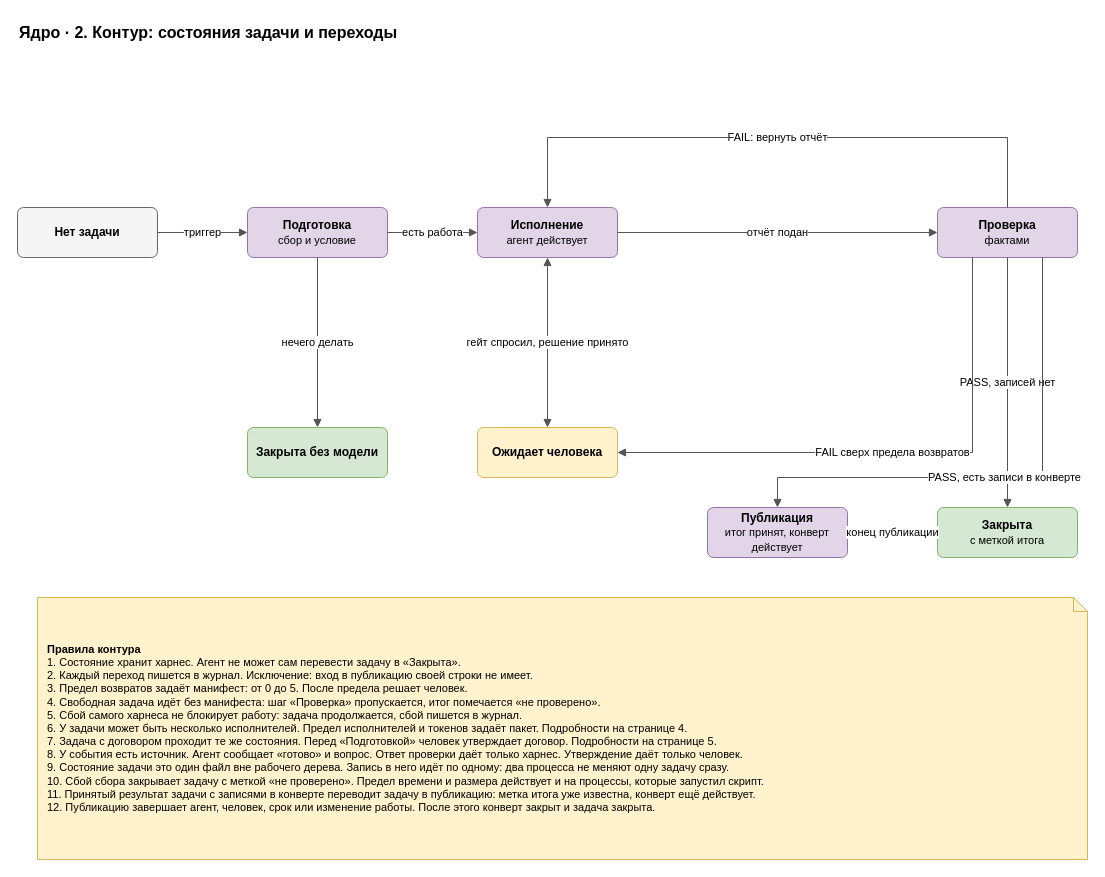
roygkov/reins keeps this draw.io diagram as page "2. Состояния задачи" (2 of 7) of docs/spec/harness-core.drawio. Above is the earlier version. Source tidied: cells renumbered, new cells numbered last; positions are measured from the earlier drawing's top-left corner, leaving out a move shared by most shapes. Both pictures are drawn from the tidied source at 100%, with x=0, y=0 at pixel (17, 17).
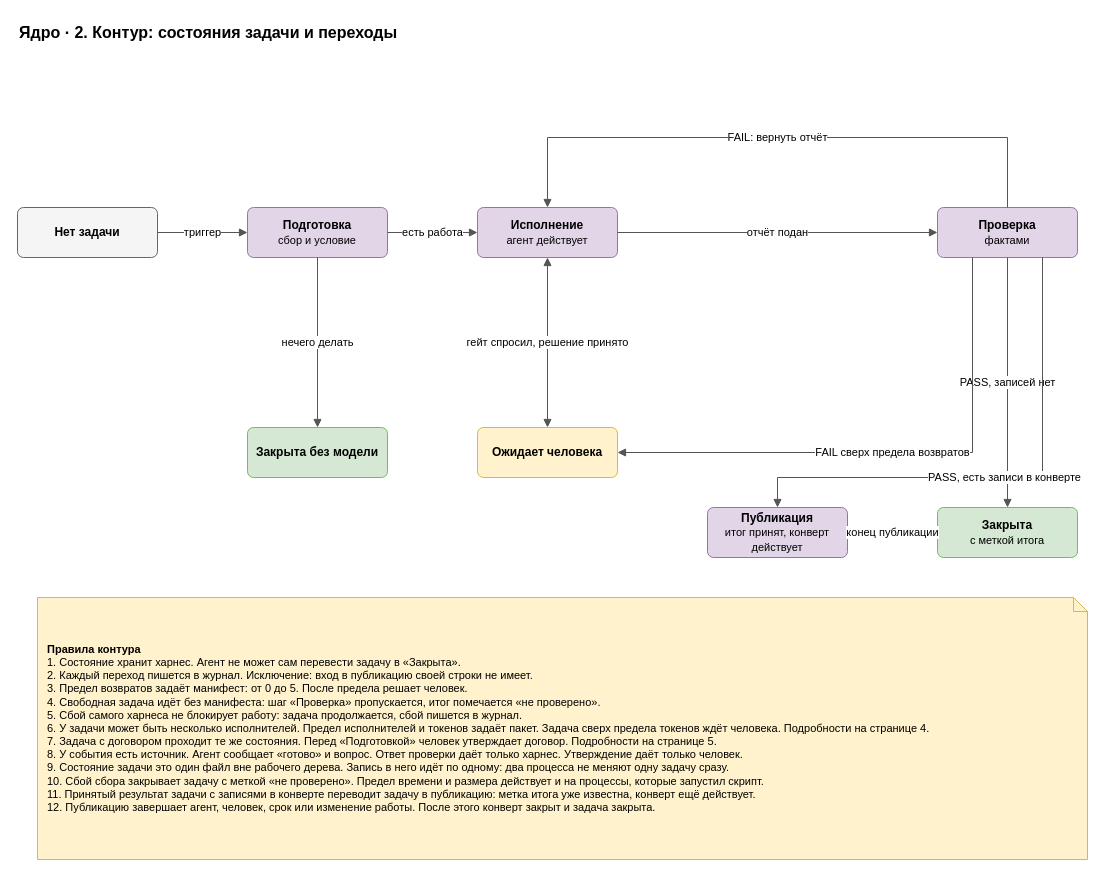
The same page after the edit.

The edit, as a diff of the source:
```diff
@@
-    <mxCell id="21" value="&lt;b&gt;Правила контура&lt;/b&gt;&lt;br&gt;1. Состояние хранит харнес. Агент не может сам перевести задачу в «Закрыта».&lt;br&gt;2. Каждый переход пишется в журнал. Исключение: вход в публикацию своей строки не имеет.&lt;br&gt;3. Предел возвратов задаёт манифест: от 0 до 5. После предела решает человек.&lt;br&gt;4. Свободная задача идёт без манифеста: шаг «Проверка» пропускается, итог помечается «не проверено».&lt;br&gt;5. Сбой самого харнеса не блокирует работу: задача продолжается, сбой пишется в журнал.&lt;br&gt;6. У задачи может быть несколько исполнителей. Предел исполнителей и токенов задаёт пакет. Подробности на странице 4.&lt;br&gt;7. Задача с договором проходит те же состояния. Перед «Подготовкой» человек утверждает договор. Подробности на странице 5.&lt;br&gt;8. У события есть источник. Агент сообщает «готово» и вопрос. Ответ проверки даёт только харнес. Утверждение даёт только человек.&lt;br&gt;9. Состояние задачи это один файл вне рабочего дерева. Запись в него идёт по одному: два процесса не меняют одну задачу сразу.&lt;br&gt;10. Сбой сбора закрывает задачу с меткой «не проверено». Предел времени и размера действует и на процессы, которые запустил скрипт.&lt;br&gt;11. Принятый результат задачи с записями в конверте переводит задачу в публикацию: метка итога уже известна, конверт ещё действует.&lt;br&gt;12. Публикацию завершает агент, человек, срок или изменение работы. После этого конверт закрыт и задача закрыта." style="shape=note;whiteSpace=wrap;html=1;backgroundOutline=1;size=14;fillColor=#fff2cc;strokeColor=#d6b656;align=left;spacingLeft=8;spacingRight=8;fontSize=11;" parent="1" vertex="1">
+    <mxCell id="21" value="&lt;b&gt;Правила контура&lt;/b&gt;&lt;br&gt;1. Состояние хранит харнес. Агент не может сам перевести задачу в «Закрыта».&lt;br&gt;2. Каждый переход пишется в журнал. Исключение: вход в публикацию своей строки не имеет.&lt;br&gt;3. Предел возвратов задаёт манифест: от 0 до 5. После предела решает человек.&lt;br&gt;4. Свободная задача идёт без манифеста: шаг «Проверка» пропускается, итог помечается «не проверено».&lt;br&gt;5. Сбой самого харнеса не блокирует работу: задача продолжается, сбой пишется в журнал.&lt;br&gt;6. У задачи может быть несколько исполнителей. Предел исполнителей и токенов задаёт пакет. Задача сверх предела токенов ждёт человека. Подробности на странице 4.&lt;br&gt;7. Задача с договором проходит те же состояния. Перед «Подготовкой» человек утверждает договор. Подробности на странице 5.&lt;br&gt;8. У события есть источник. Агент сообщает «готово» и вопрос. Ответ проверки даёт только харнес. Утверждение даёт только человек.&lt;br&gt;9. Состояние задачи это один файл вне рабочего дерева. Запись в него идёт по одному: два процесса не меняют одну задачу сразу.&lt;br&gt;10. Сбой сбора закрывает задачу с меткой «не проверено». Предел времени и размера действует и на процессы, которые запустил скрипт.&lt;br&gt;11. Принятый результат задачи с записями в конверте переводит задачу в публикацию: метка итога уже известна, конверт ещё действует.&lt;br&gt;12. Публикацию завершает агент, человек, срок или изменение работы. После этого конверт закрыт и задача закрыта." style="shape=note;whiteSpace=wrap;html=1;backgroundOutline=1;size=14;fillColor=#fff2cc;strokeColor=#d6b656;align=left;spacingLeft=8;spacingRight=8;fontSize=11;" parent="1" vertex="1">
       <mxGeometry x="20" y="580" width="1050" height="262" as="geometry" />
     </mxCell>
```
